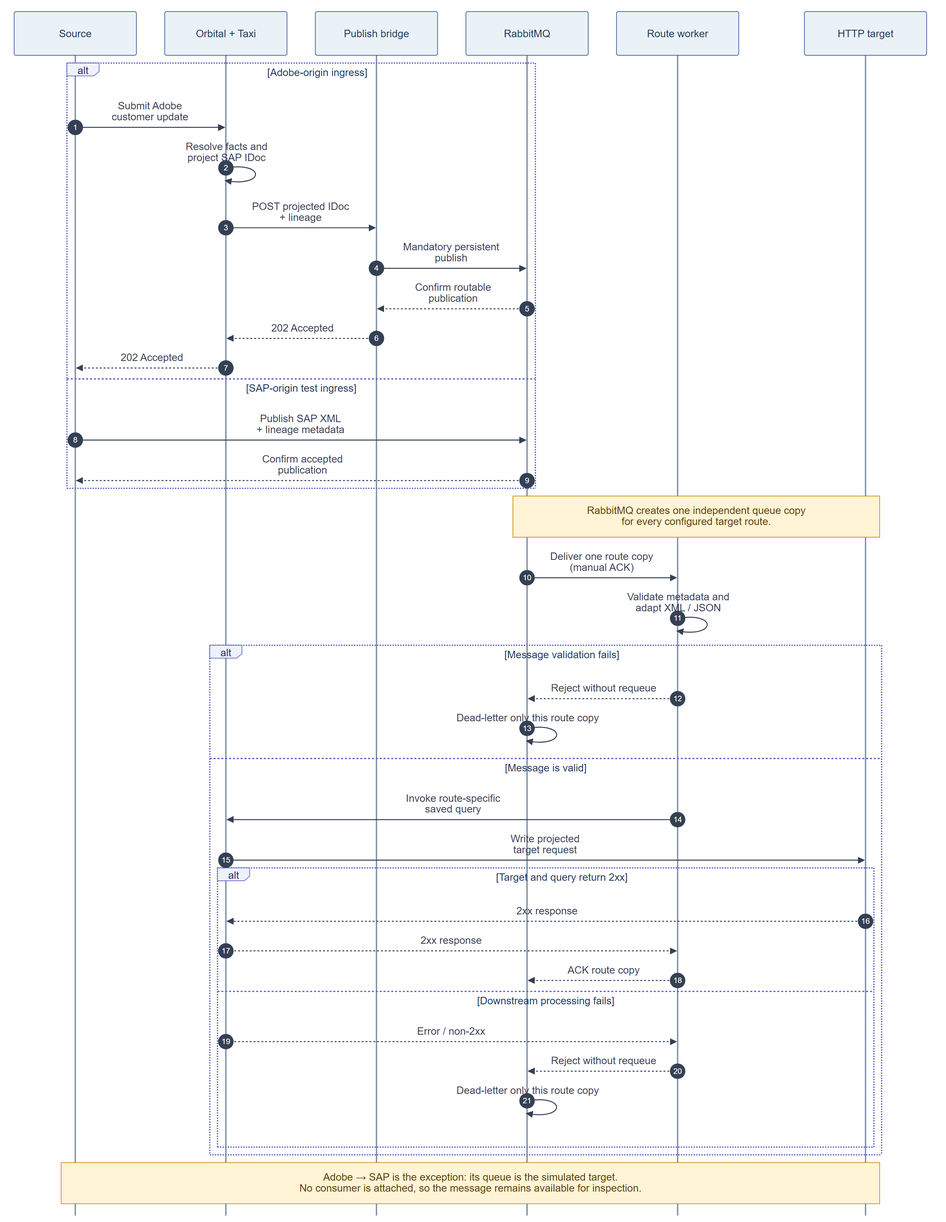
c0d3rb4b4/orbital-poc keeps this Mermaid diagram as docs/assets/case-study-sequence.png. Above is the earlier version. Its source is kept beside it as docs/assets/case-study-sequence.mmd.
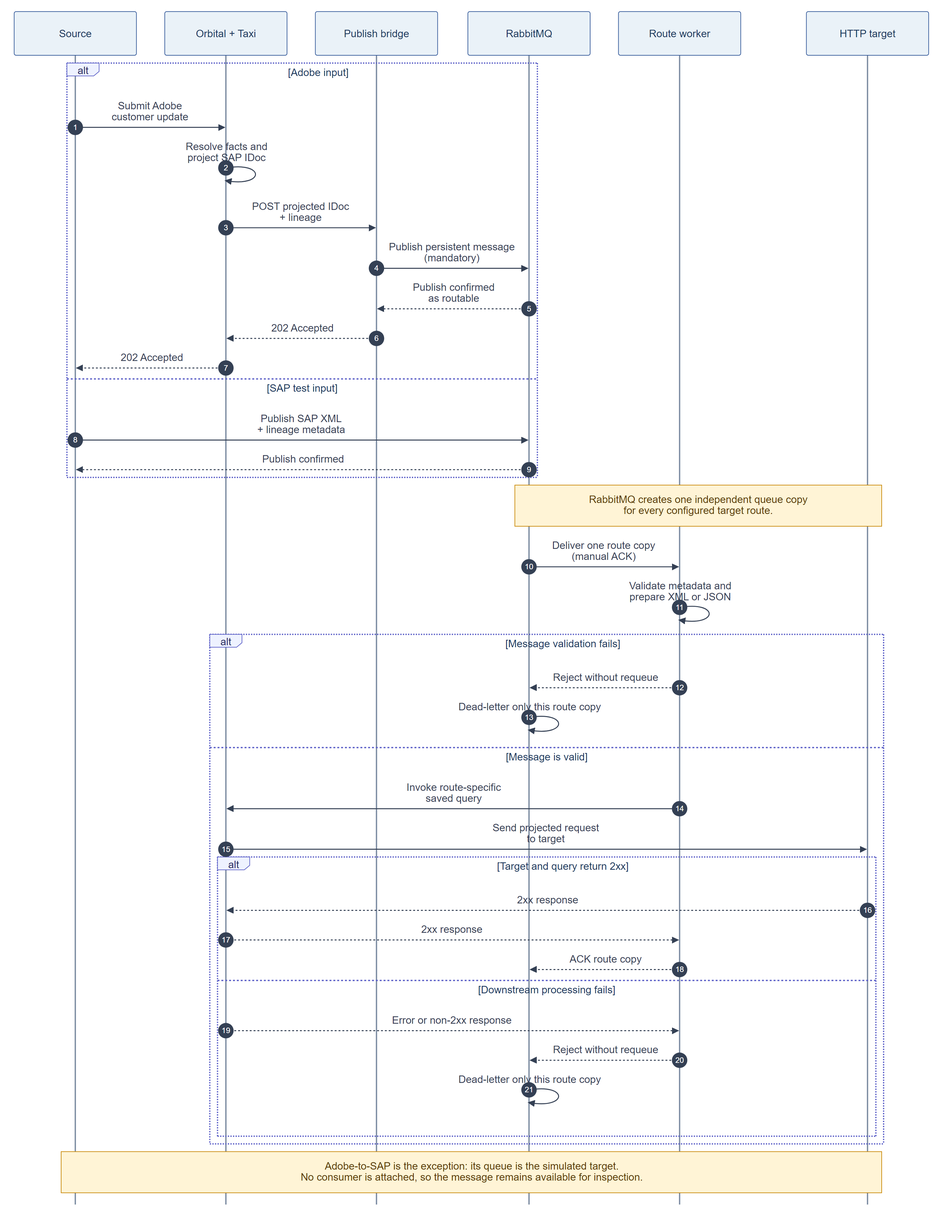
The same file after the commit.

Commit message:
Refactor case study documentation and architecture diagrams for clarity and consistency

Diff of the diagram source:
```diff
@@ -41,40 +41,40 @@
     participant Worker as Route worker
     participant Target as HTTP target
 
-    alt Adobe-origin ingress
+    alt Adobe input
         Source->>Orbital: Submit Adobe<br/>customer update
         Orbital->>Orbital: Resolve facts and<br/>project SAP IDoc
         Orbital->>Publisher: POST projected IDoc<br/>+ lineage
-        Publisher->>Rabbit: Mandatory persistent<br/>publish
-        Rabbit-->>Publisher: Confirm routable<br/>publication
+        Publisher->>Rabbit: Publish persistent message<br/>(mandatory)
+        Rabbit-->>Publisher: Publish confirmed<br/>as routable
         Publisher-->>Orbital: 202 Accepted
         Orbital-->>Source: 202 Accepted
-    else SAP-origin test ingress
+    else SAP test input
         Source->>Rabbit: Publish SAP XML<br/>+ lineage metadata
-        Rabbit-->>Source: Confirm accepted<br/>publication
+        Rabbit-->>Source: Publish confirmed
     end
 
     Note over Rabbit,Target: RabbitMQ creates one independent queue copy<br/>for every configured target route.
 
     Rabbit->>Worker: Deliver one route copy<br/>(manual ACK)
-    Worker->>Worker: Validate metadata and<br/>adapt XML / JSON
+    Worker->>Worker: Validate metadata and<br/>prepare XML or JSON
 
     alt Message validation fails
         Worker-->>Rabbit: Reject without requeue
         Rabbit->>Rabbit: Dead-letter only this route copy
     else Message is valid
         Worker->>Orbital: Invoke route-specific<br/>saved query
-        Orbital->>Target: Write projected<br/>target request
+        Orbital->>Target: Send projected request<br/>to target
 
         alt Target and query return 2xx
             Target-->>Orbital: 2xx response
             Orbital-->>Worker: 2xx response
             Worker-->>Rabbit: ACK route copy
         else Downstream processing fails
-            Orbital-->>Worker: Error / non-2xx
+            Orbital-->>Worker: Error or non-2xx response
             Worker-->>Rabbit: Reject without requeue
             Rabbit->>Rabbit: Dead-letter only this route copy
         end
     end
 
-    Note over Source,Target: Adobe → SAP is the exception: its queue is the simulated target.<br/>No consumer is attached, so the message remains available for inspection.
+    Note over Source,Target: Adobe-to-SAP is the exception: its queue is the simulated target.<br/>No consumer is attached, so the message remains available for inspection.
```
